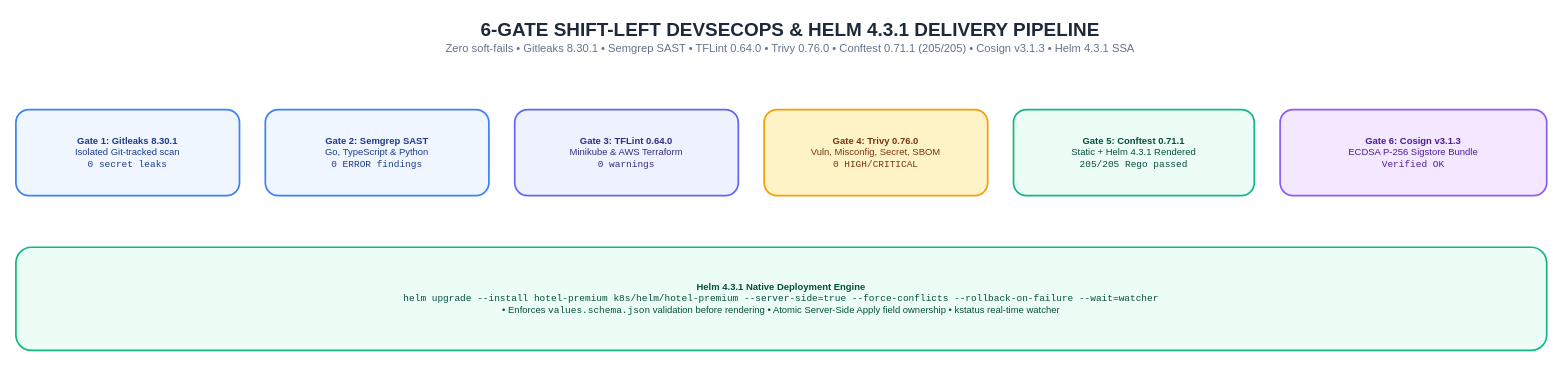
GeorgeGxx/hotel_premium keeps this draw.io diagram as page "8. 6-Gate DevSecOps & Helm 4.3.1 Pipeline" (8 of 12) of docs/Diagrams.drawio. Above is the earlier version. Source tidied: cells renumbered, new cells numbered last; positions are measured from the earlier drawing's top-left corner, leaving out a move shared by most shapes. Both pictures are drawn from the tidied source at 86%, with x=0, y=0 at pixel (15, 15).
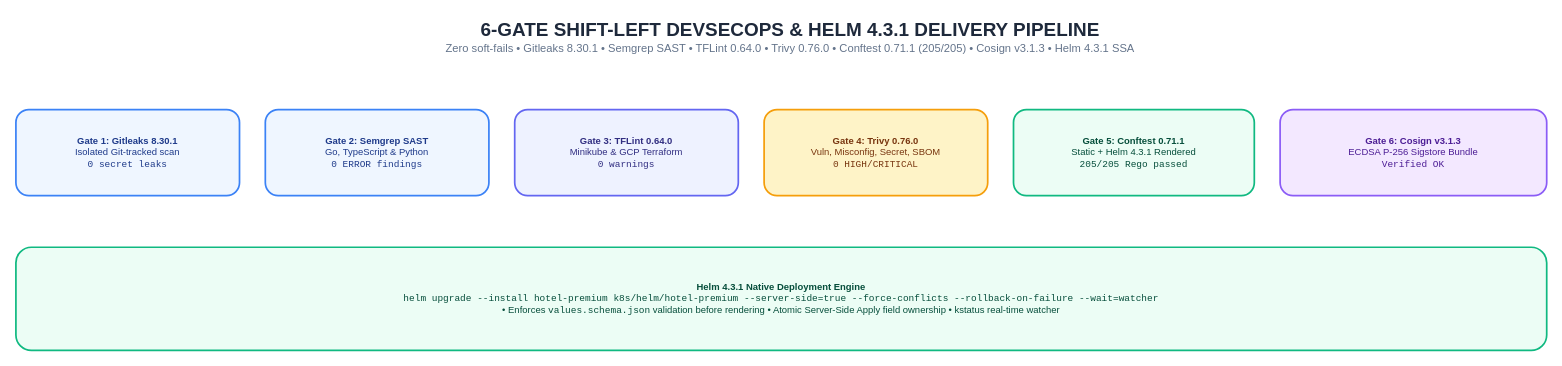
Above is the later version.

Commit message (it also covers changes not shown here):
docs(drawio): sync GCP Diagrams.drawio, README, and ARCHITECTURE.md

Diff of the diagram source:
```diff
@@
 <mxGraphModel>
   <root>
     <mxCell id="0" />
     <mxCell id="1" parent="0" />
     <mxCell id="2" value="&lt;b style='font-size:22px;color:#1E293B;'&gt;6-GATE SHIFT-LEFT DEVSECOPS &amp;amp; HELM 4.3.1 DELIVERY PIPELINE&lt;/b&gt;&lt;br&gt;&lt;span style='font-size:13px;color:#64748B;'&gt;Zero soft-fails • Gitleaks 8.30.1 • Semgrep SAST • TFLint 0.64.0 • Trivy 0.76.0 • Conftest 0.71.1 (205/205) • Cosign v3.1.3 • Helm 4.3.1 SSA&lt;/span&gt;" style="text;html=1;align=center;verticalAlign=middle;rounded=0;" parent="1" vertex="1">
       <mxGeometry x="100" width="1600" height="50" as="geometry" />
     </mxCell>
     <mxCell id="3" value="&lt;b&gt;Gate 1: Gitleaks 8.30.1&lt;/b&gt;&lt;br&gt;Isolated Git-tracked scan&lt;br&gt;&lt;code&gt;0 secret leaks&lt;/code&gt;" style="rounded=1;whiteSpace=wrap;html=1;fillColor=#EFF6FF;strokeColor=#3B82F6;strokeWidth=2;fontColor=#1E3A8A;fontSize=11;" parent="1" vertex="1">
       <mxGeometry y="110" width="260" height="100" as="geometry" />
     </mxCell>
     <mxCell id="4" value="&lt;b&gt;Gate 2: Semgrep SAST&lt;/b&gt;&lt;br&gt;Go, TypeScript &amp;amp; Python&lt;br&gt;&lt;code&gt;0 ERROR findings&lt;/code&gt;" style="rounded=1;whiteSpace=wrap;html=1;fillColor=#EFF6FF;strokeColor=#3B82F6;strokeWidth=2;fontColor=#1E3A8A;fontSize=11;" parent="1" vertex="1">
       <mxGeometry x="290" y="110" width="260" height="100" as="geometry" />
     </mxCell>
-    <mxCell id="5" value="&lt;b&gt;Gate 3: TFLint 0.64.0&lt;/b&gt;&lt;br&gt;Minikube &amp;amp; AWS Terraform&lt;br&gt;&lt;code&gt;0 warnings&lt;/code&gt;" style="rounded=1;whiteSpace=wrap;html=1;fillColor=#EEF2FF;strokeColor=#6366F1;strokeWidth=2;fontColor=#312E81;fontSize=11;" parent="1" vertex="1">
+    <mxCell id="5" value="&lt;b&gt;Gate 3: TFLint 0.64.0&lt;/b&gt;&lt;br&gt;Minikube &amp;amp; GCP Terraform&lt;br&gt;&lt;code&gt;0 warnings&lt;/code&gt;" style="rounded=1;whiteSpace=wrap;html=1;fillColor=#EEF2FF;strokeColor=#6366F1;strokeWidth=2;fontColor=#312E81;fontSize=11;" parent="1" vertex="1">
       <mxGeometry x="580" y="110" width="260" height="100" as="geometry" />
     </mxCell>
     <mxCell id="6" value="&lt;b&gt;Gate 4: Trivy 0.76.0&lt;/b&gt;&lt;br&gt;Vuln, Misconfig, Secret, SBOM&lt;br&gt;&lt;code&gt;0 HIGH/CRITICAL&lt;/code&gt;" style="rounded=1;whiteSpace=wrap;html=1;fillColor=#FEF3C7;strokeColor=#F59E0B;strokeWidth=2;fontColor=#78350F;fontSize=11;" parent="1" vertex="1">
       <mxGeometry x="870" y="110" width="260" height="100" as="geometry" />
     </mxCell>
     <mxCell id="7" value="&lt;b&gt;Gate 5: Conftest 0.71.1&lt;/b&gt;&lt;br&gt;Static + Helm 4.3.1 Rendered&lt;br&gt;&lt;code&gt;205/205 Rego passed&lt;/code&gt;" style="rounded=1;whiteSpace=wrap;html=1;fillColor=#ECFDF5;strokeColor=#10B981;strokeWidth=2;fontColor=#064E3B;fontSize=11;" parent="1" vertex="1">
       <mxGeometry x="1160" y="110" width="280" height="100" as="geometry" />
     </mxCell>
     <mxCell id="8" value="&lt;b&gt;Gate 6: Cosign v3.1.3&lt;/b&gt;&lt;br&gt;ECDSA P-256 Sigstore Bundle&lt;br&gt;&lt;code&gt;Verified OK&lt;/code&gt;" style="rounded=1;whiteSpace=wrap;html=1;fillColor=#F3E8FF;strokeColor=#8B5CF6;strokeWidth=2;fontColor=#4C1D95;fontSize=11;" parent="1" vertex="1">
       <mxGeometry x="1470" y="110" width="310" height="100" as="geometry" />
     </mxCell>
     <mxCell id="9" value="&lt;b&gt;Helm 4.3.1 Native Deployment Engine&lt;/b&gt;&lt;br&gt;&lt;code&gt;helm upgrade --install hotel-premium k8s/helm/hotel-premium --server-side=true --force-conflicts --rollback-on-failure --wait=watcher&lt;/code&gt;&lt;br&gt;• Enforces &lt;code&gt;values.schema.json&lt;/code&gt; validation before rendering • Atomic Server-Side Apply field ownership • kstatus real-time watcher" style="rounded=1;whiteSpace=wrap;html=1;fillColor=#ECFDF5;strokeColor=#10B981;strokeWidth=2;fontColor=#064E3B;fontSize=11;" parent="1" vertex="1">
       <mxGeometry y="270" width="1780" height="120" as="geometry" />
     </mxCell>
   </root>
 </mxGraphModel>
```
